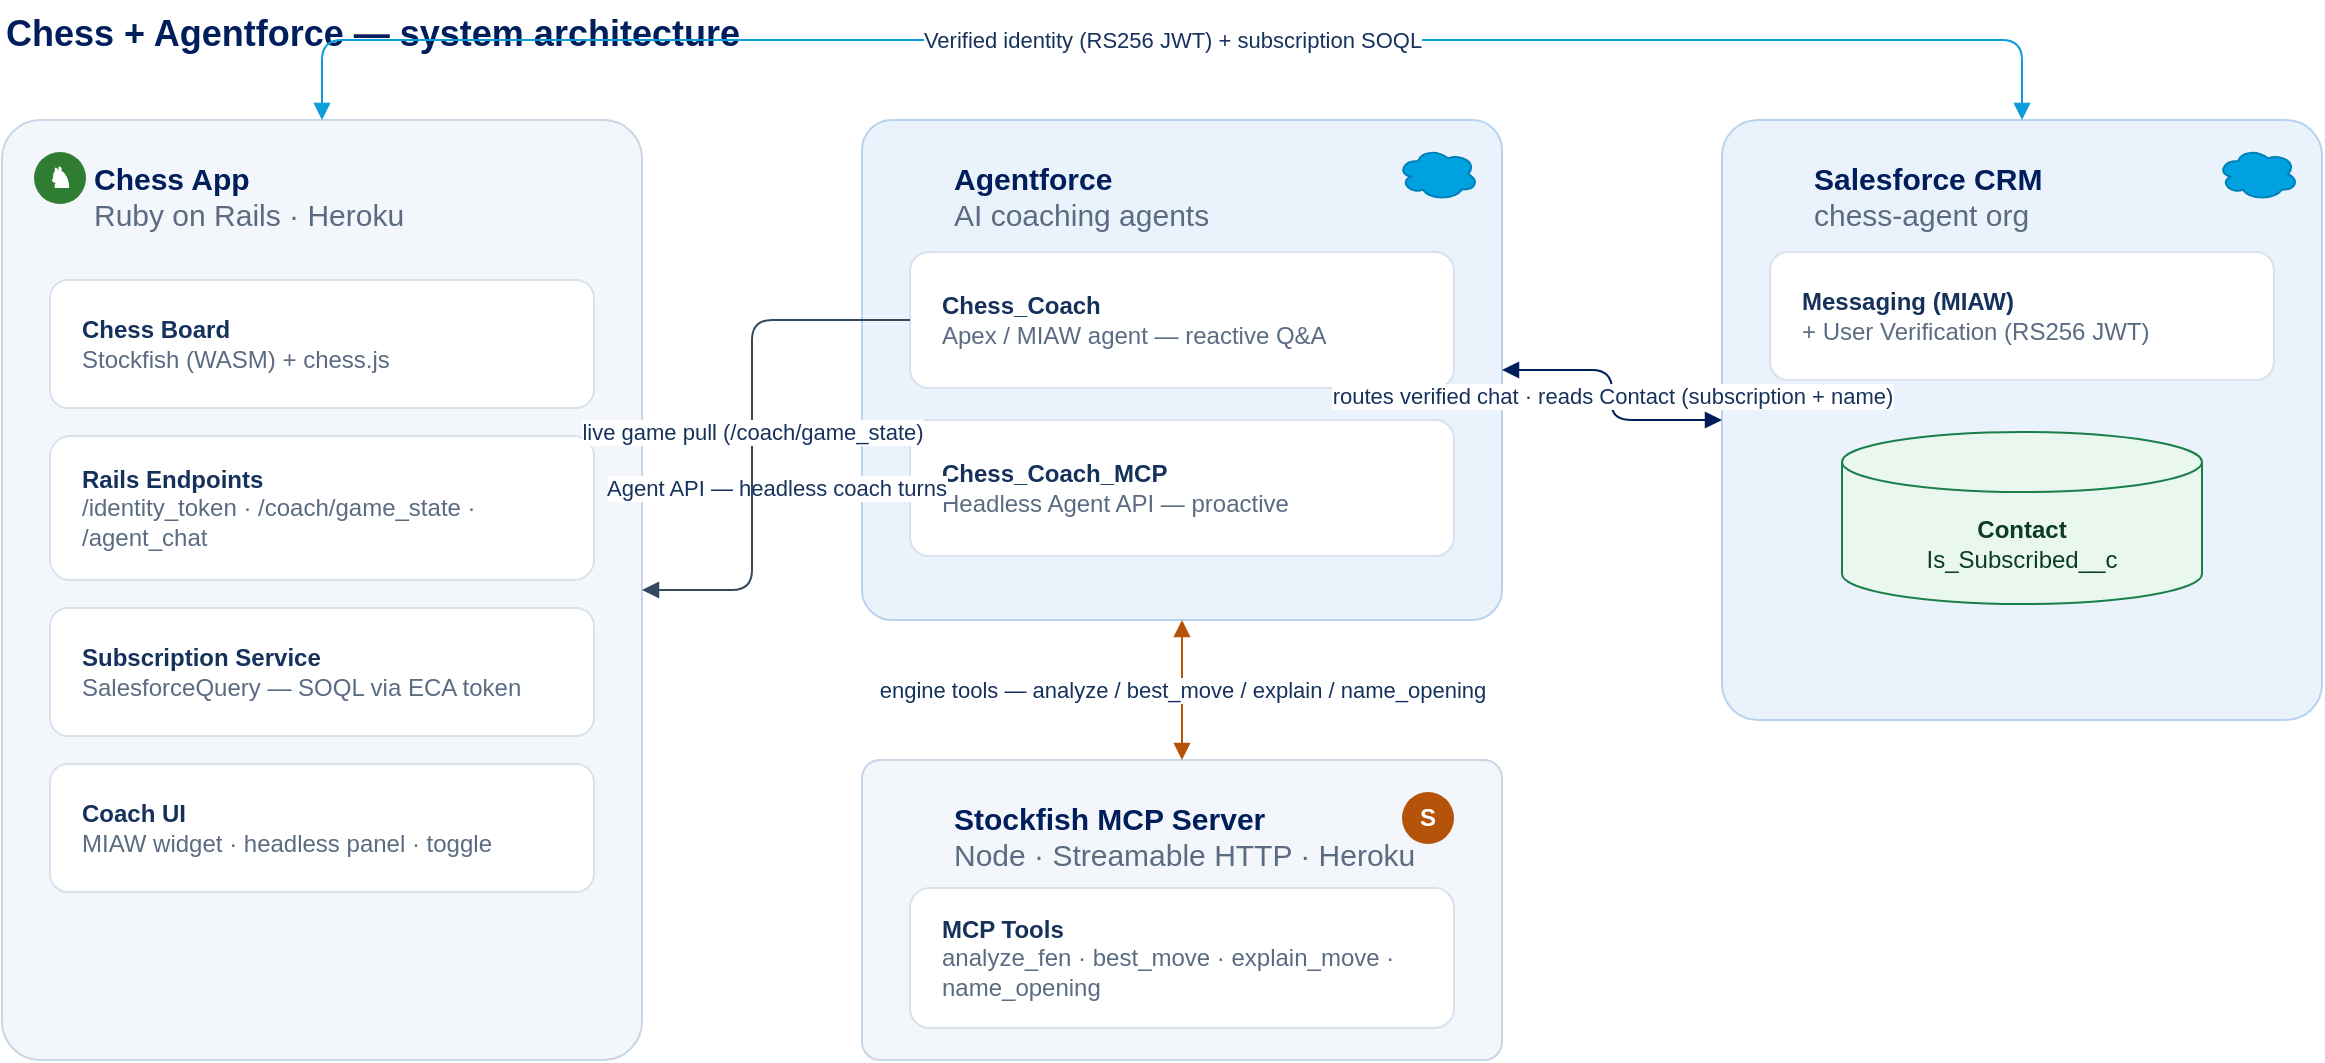
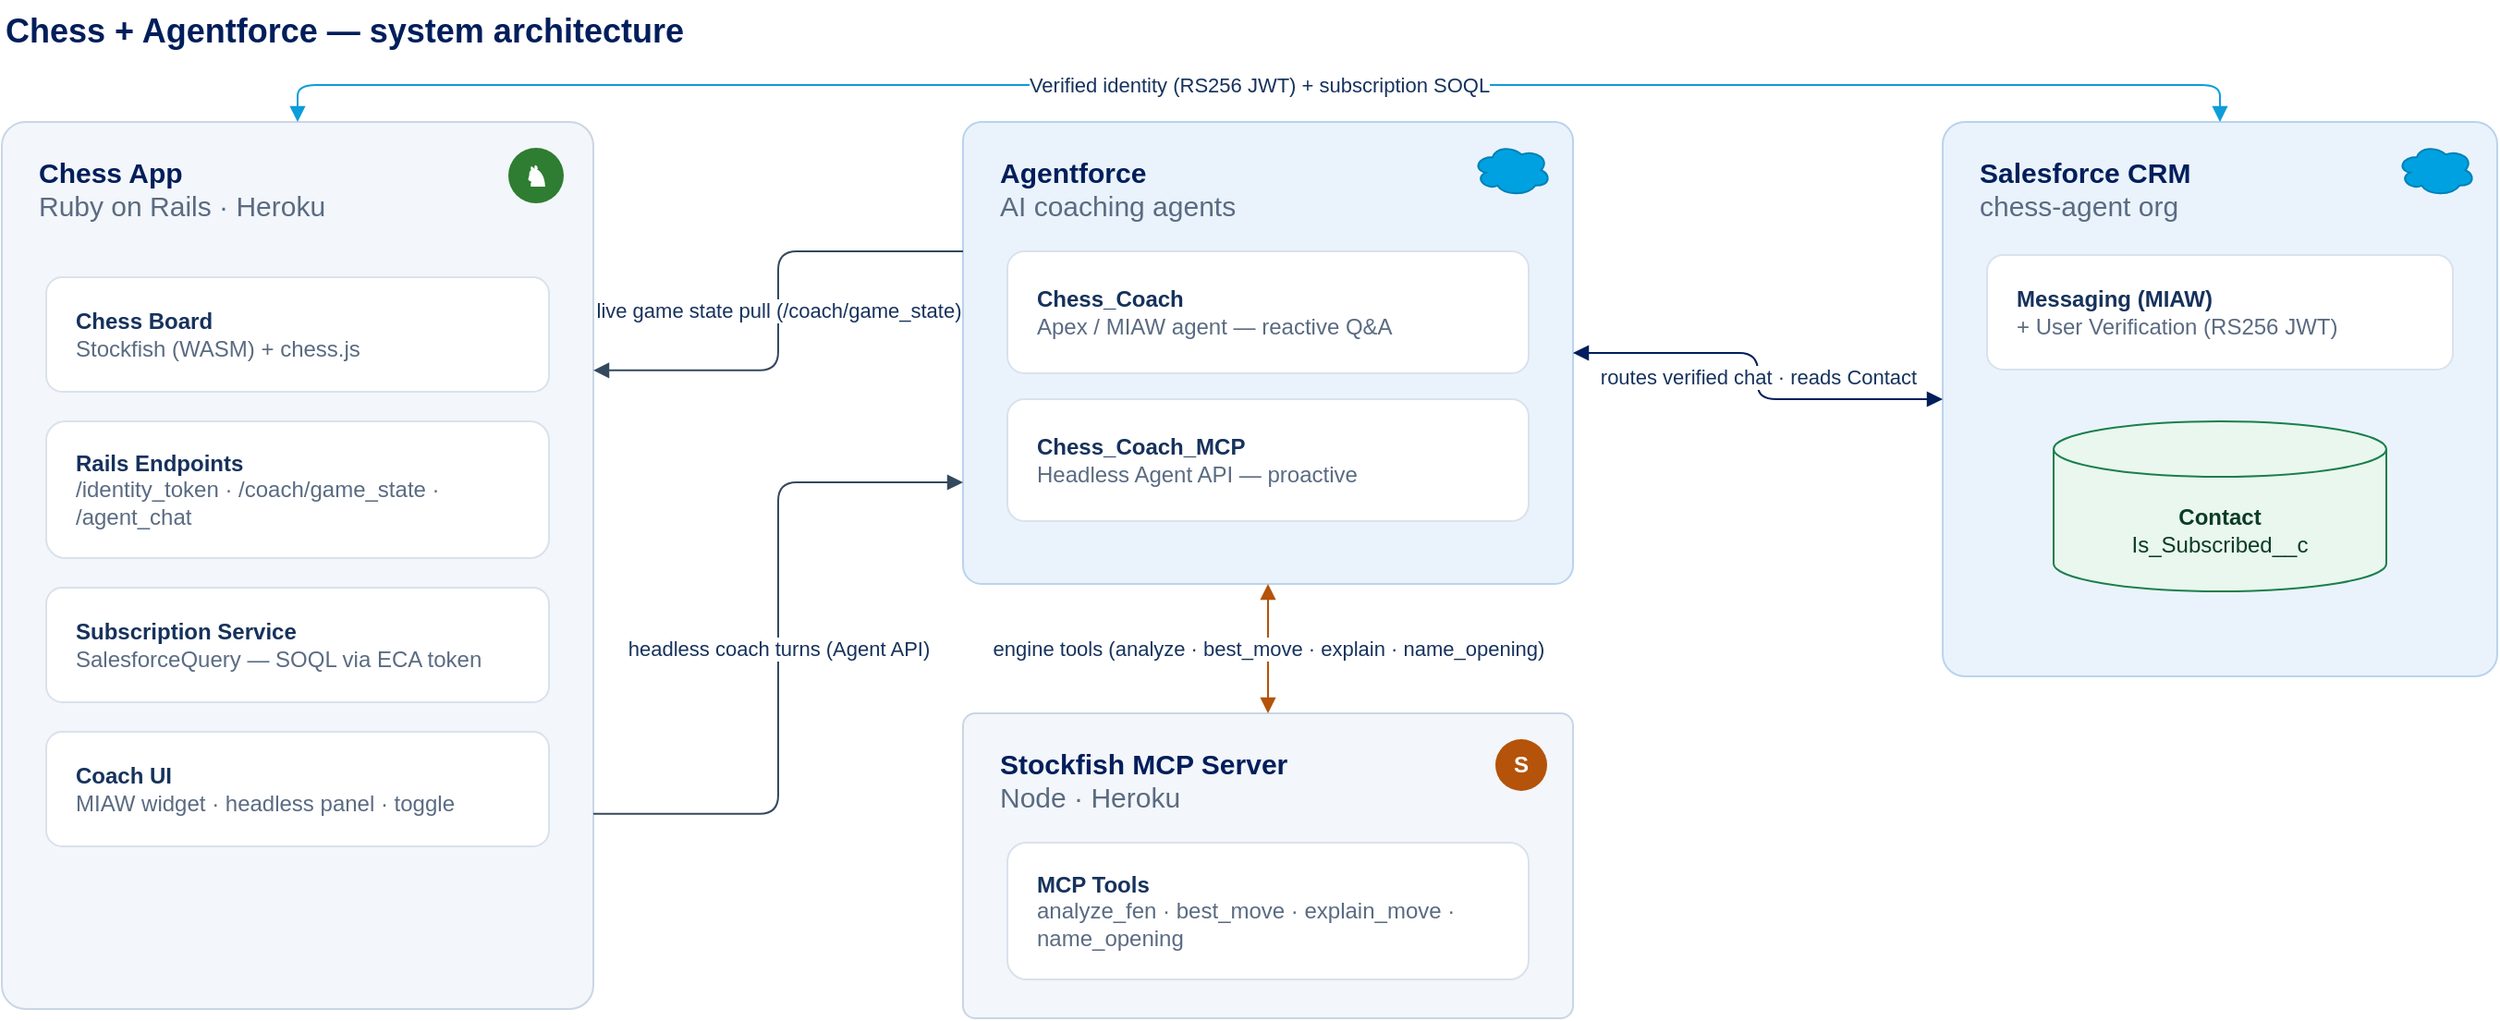
- <mxfile host="app.diagrams.net" agent="Mozilla/5.0" version="24.7.17" type="device"><diagram id="sysarch" name="System architecture"><mxGraphModel dx="1100" dy="700" grid="0" gridSize="10" guides="1" tooltips="1" connect="1" arrows="1" fold="1" page="1" pageScale="1" pageWidth="1260" pageHeight="640" math="0" shadow="0"><root><mxCell id="0"/><mxCell id="1" parent="0"/><mxCell id="title" value="Chess + Agentforce — system architecture" style="text;html=1;align=left;fontStyle=1;fontSize=18;fontColor=#001E5B;" vertex="1" parent="1"><mxGeometry x="40" y="50" width="600" height="30" as="geometry"/></mxCell><mxCell id="cChess" value="Chess App&lt;br&gt;&lt;font color=&#x27;#5A6B82&#x27; style=&#x27;font-weight:normal&#x27;&gt;Ruby on Rails · Heroku&lt;/font&gt;" style="rounded=1;arcSize=6;fillColor=#F3F6FA;strokeColor=#C9D6E5;fontColor=#001E5B;fontStyle=1;fontSize=15;verticalAlign=top;align=left;spacingLeft=44;spacingTop=14;whiteSpace=wrap;html=1;" vertex="1" parent="1"><mxGeometry x="40" y="110" width="320" height="470" as="geometry"/></mxCell><mxCell id="cAgent" value="Agentforce&lt;br&gt;&lt;font color=&#x27;#5A6B82&#x27; style=&#x27;font-weight:normal&#x27;&gt;AI coaching agents&lt;/font&gt;" style="rounded=1;arcSize=6;fillColor=#EAF3FB;strokeColor=#B9D3EE;fontColor=#001E5B;fontStyle=1;fontSize=15;verticalAlign=top;align=left;spacingLeft=44;spacingTop=14;whiteSpace=wrap;html=1;" vertex="1" parent="1"><mxGeometry x="470" y="110" width="320" height="250" as="geometry"/></mxCell><mxCell id="cCRM" value="Salesforce CRM&lt;br&gt;&lt;font color=&#x27;#5A6B82&#x27; style=&#x27;font-weight:normal&#x27;&gt;chess-agent org&lt;/font&gt;" style="rounded=1;arcSize=6;fillColor=#EAF3FB;strokeColor=#B9D3EE;fontColor=#001E5B;fontStyle=1;fontSize=15;verticalAlign=top;align=left;spacingLeft=44;spacingTop=14;whiteSpace=wrap;html=1;" vertex="1" parent="1"><mxGeometry x="900" y="110" width="300" height="300" as="geometry"/></mxCell><mxCell id="cMCP" value="Stockfish MCP Server&lt;br&gt;&lt;font color=&#x27;#5A6B82&#x27; style=&#x27;font-weight:normal&#x27;&gt;Node · Streamable HTTP · Heroku&lt;/font&gt;" style="rounded=1;arcSize=6;fillColor=#F3F6FA;strokeColor=#C9D6E5;fontColor=#001E5B;fontStyle=1;fontSize=15;verticalAlign=top;align=left;spacingLeft=44;spacingTop=14;whiteSpace=wrap;html=1;" vertex="1" parent="1"><mxGeometry x="470" y="430" width="320" height="150" as="geometry"/></mxCell><mxCell id="iChess" value="&amp;#9822;" style="ellipse;whiteSpace=wrap;html=1;fillColor=#2E7D32;strokeColor=none;fontColor=#FFFFFF;fontStyle=1;fontSize=14;" vertex="1" parent="1"><mxGeometry x="56" y="126" width="26" height="26" as="geometry"/></mxCell><mxCell id="iAgent" value="" style="shape=cloud;whiteSpace=wrap;html=1;fillColor=#00A1E0;strokeColor=#0081B6;fontColor=#FFFFFF;fontSize=9;fontStyle=1;" vertex="1" parent="1"><mxGeometry x="738" y="124" width="40" height="26" as="geometry"/></mxCell><mxCell id="iCRM" value="" style="shape=cloud;whiteSpace=wrap;html=1;fillColor=#00A1E0;strokeColor=#0081B6;fontColor=#FFFFFF;fontSize=9;fontStyle=1;" vertex="1" parent="1"><mxGeometry x="1148" y="124" width="40" height="26" as="geometry"/></mxCell><mxCell id="iMCP" value="S" style="ellipse;whiteSpace=wrap;html=1;fillColor=#B45309;strokeColor=none;fontColor=#FFFFFF;fontStyle=1;fontSize=12;" vertex="1" parent="1"><mxGeometry x="740" y="446" width="26" height="26" as="geometry"/></mxCell><mxCell id="kBoard" value="&lt;b&gt;Chess Board&lt;/b&gt;&lt;br&gt;&lt;font color=&quot;#5A6B82&quot;&gt;Stockfish (WASM) + chess.js&lt;/font&gt;" style="rounded=1;arcSize=14;fillColor=#FFFFFF;strokeColor=#D9E2EC;fontColor=#16325C;align=left;spacingLeft=14;verticalAlign=middle;whiteSpace=wrap;html=1;" vertex="1" parent="1"><mxGeometry x="64" y="190" width="272" height="64" as="geometry"/></mxCell><mxCell id="kEnd" value="&lt;b&gt;Rails Endpoints&lt;/b&gt;&lt;br&gt;&lt;font color=&quot;#5A6B82&quot;&gt;/identity_token · /coach/game_state · /agent_chat&lt;/font&gt;" style="rounded=1;arcSize=14;fillColor=#FFFFFF;strokeColor=#D9E2EC;fontColor=#16325C;align=left;spacingLeft=14;verticalAlign=middle;whiteSpace=wrap;html=1;" vertex="1" parent="1"><mxGeometry x="64" y="268" width="272" height="72" as="geometry"/></mxCell><mxCell id="kSub" value="&lt;b&gt;Subscription Service&lt;/b&gt;&lt;br&gt;&lt;font color=&quot;#5A6B82&quot;&gt;SalesforceQuery — SOQL via ECA token&lt;/font&gt;" style="rounded=1;arcSize=14;fillColor=#FFFFFF;strokeColor=#D9E2EC;fontColor=#16325C;align=left;spacingLeft=14;verticalAlign=middle;whiteSpace=wrap;html=1;" vertex="1" parent="1"><mxGeometry x="64" y="354" width="272" height="64" as="geometry"/></mxCell><mxCell id="kUI" value="&lt;b&gt;Coach UI&lt;/b&gt;&lt;br&gt;&lt;font color=&quot;#5A6B82&quot;&gt;MIAW widget · headless panel · toggle&lt;/font&gt;" style="rounded=1;arcSize=14;fillColor=#FFFFFF;strokeColor=#D9E2EC;fontColor=#16325C;align=left;spacingLeft=14;verticalAlign=middle;whiteSpace=wrap;html=1;" vertex="1" parent="1"><mxGeometry x="64" y="432" width="272" height="64" as="geometry"/></mxCell><mxCell id="kCoach" value="&lt;b&gt;Chess_Coach&lt;/b&gt;&lt;br&gt;&lt;font color=&quot;#5A6B82&quot;&gt;Apex / MIAW agent — reactive Q&amp;amp;A&lt;/font&gt;" style="rounded=1;arcSize=14;fillColor=#FFFFFF;strokeColor=#D9E2EC;fontColor=#16325C;align=left;spacingLeft=14;verticalAlign=middle;whiteSpace=wrap;html=1;" vertex="1" parent="1"><mxGeometry x="494" y="176" width="272" height="68" as="geometry"/></mxCell><mxCell id="kMcpA" value="&lt;b&gt;Chess_Coach_MCP&lt;/b&gt;&lt;br&gt;&lt;font color=&quot;#5A6B82&quot;&gt;Headless Agent API — proactive&lt;/font&gt;" style="rounded=1;arcSize=14;fillColor=#FFFFFF;strokeColor=#D9E2EC;fontColor=#16325C;align=left;spacingLeft=14;verticalAlign=middle;whiteSpace=wrap;html=1;" vertex="1" parent="1"><mxGeometry x="494" y="260" width="272" height="68" as="geometry"/></mxCell><mxCell id="kMiaw" value="&lt;b&gt;Messaging (MIAW)&lt;/b&gt;&lt;br&gt;&lt;font color=&quot;#5A6B82&quot;&gt;+ User Verification (RS256 JWT)&lt;/font&gt;" style="rounded=1;arcSize=14;fillColor=#FFFFFF;strokeColor=#D9E2EC;fontColor=#16325C;align=left;spacingLeft=14;verticalAlign=middle;whiteSpace=wrap;html=1;" vertex="1" parent="1"><mxGeometry x="924" y="176" width="252" height="64" as="geometry"/></mxCell><mxCell id="kContact" value="&lt;b&gt;Contact&lt;/b&gt;&lt;br&gt;Is_Subscribed__c" style="shape=cylinder3;whiteSpace=wrap;html=1;fillColor=#E9F7EF;strokeColor=#1B7F4B;fontColor=#0B3D24;boundedLbl=1;align=center;" vertex="1" parent="1"><mxGeometry x="960" y="266" width="180" height="86" as="geometry"/></mxCell><mxCell id="kTools" value="&lt;b&gt;MCP Tools&lt;/b&gt;&lt;br&gt;&lt;font color=&quot;#5A6B82&quot;&gt;analyze_fen · best_move · explain_move · name_opening&lt;/font&gt;" style="rounded=1;arcSize=14;fillColor=#FFFFFF;strokeColor=#D9E2EC;fontColor=#16325C;align=left;spacingLeft=14;verticalAlign=middle;whiteSpace=wrap;html=1;" vertex="1" parent="1"><mxGeometry x="494" y="494" width="272" height="70" as="geometry"/></mxCell><mxCell id="e1" value="Agent API — headless coach turns" style="edgeStyle=orthogonalEdgeStyle;rounded=1;html=1;endArrow=block;strokeColor=#34495E;fontColor=#16325C;fontSize=11;labelBackgroundColor=#FFFFFF;" edge="1" parent="1" source="cChess" target="kMcpA"><mxGeometry relative="1" as="geometry"><Array as="points"><mxPoint x="415" y="294"/></Array></mxGeometry></mxCell><mxCell id="e2" value="live game pull (/coach/game_state)" style="edgeStyle=orthogonalEdgeStyle;rounded=1;html=1;endArrow=block;strokeColor=#34495E;fontColor=#16325C;fontSize=11;labelBackgroundColor=#FFFFFF;" edge="1" parent="1" source="kCoach" target="cChess"><mxGeometry relative="1" as="geometry"><Array as="points"><mxPoint x="415" y="210"/></Array></mxGeometry></mxCell><mxCell id="e3" value="Verified identity (RS256 JWT) + subscription SOQL" style="edgeStyle=orthogonalEdgeStyle;rounded=1;html=1;startArrow=block;endArrow=block;strokeColor=#0D9DDA;fontColor=#16325C;fontSize=11;labelBackgroundColor=#FFFFFF;" edge="1" parent="1" source="cChess" target="cCRM"><mxGeometry relative="1" as="geometry"><Array as="points"><mxPoint x="200" y="70"/><mxPoint x="1050" y="70"/></Array></mxGeometry></mxCell><mxCell id="e4" value="routes verified chat · reads Contact (subscription + name)" style="edgeStyle=orthogonalEdgeStyle;rounded=1;html=1;startArrow=block;endArrow=block;strokeColor=#001E5B;fontColor=#16325C;fontSize=11;labelBackgroundColor=#FFFFFF;" edge="1" parent="1" source="cAgent" target="cCRM"><mxGeometry relative="1" as="geometry"></mxGeometry></mxCell><mxCell id="e5" value="engine tools — analyze / best_move / explain / name_opening" style="edgeStyle=orthogonalEdgeStyle;rounded=1;html=1;startArrow=block;endArrow=block;strokeColor=#B45309;fontColor=#16325C;fontSize=11;labelBackgroundColor=#FFFFFF;" edge="1" parent="1" source="cAgent" target="cMCP"><mxGeometry relative="1" as="geometry"></mxGeometry></mxCell></root></mxGraphModel></diagram></mxfile>
+ <mxfile host="app.diagrams.net" agent="Mozilla/5.0" version="24.7.17" type="device"><diagram id="sysarch" name="System architecture"><mxGraphModel dx="1100" dy="700" grid="0" guides="1" tooltips="1" connect="1" arrows="1" fold="1" page="1" pageScale="1" pageWidth="1460" pageHeight="660" math="0" shadow="0"><root><mxCell id="0"/><mxCell id="1" parent="0"/><mxCell id="title" value="Chess + Agentforce — system architecture" style="text;html=1;align=left;fontStyle=1;fontSize=18;fontColor=#001E5B;" vertex="1" parent="1"><mxGeometry x="40" y="44" width="640" height="30" as="geometry"/></mxCell><mxCell id="cChess" value="Chess App&lt;br&gt;&lt;font color=&#x27;#5A6B82&#x27; style=&#x27;font-weight:normal&#x27;&gt;Ruby on Rails · Heroku&lt;/font&gt;" style="rounded=1;arcSize=4;fillColor=#F3F6FA;strokeColor=#C9D6E5;fontColor=#001E5B;fontStyle=1;fontSize=15;verticalAlign=top;align=left;spacingLeft=18;spacingTop=12;whiteSpace=wrap;html=1;" vertex="1" parent="1"><mxGeometry x="40" y="110" width="320" height="480" as="geometry"/></mxCell><mxCell id="cAgent" value="Agentforce&lt;br&gt;&lt;font color=&#x27;#5A6B82&#x27; style=&#x27;font-weight:normal&#x27;&gt;AI coaching agents&lt;/font&gt;" style="rounded=1;arcSize=4;fillColor=#EAF3FB;strokeColor=#B9D3EE;fontColor=#001E5B;fontStyle=1;fontSize=15;verticalAlign=top;align=left;spacingLeft=18;spacingTop=12;whiteSpace=wrap;html=1;" vertex="1" parent="1"><mxGeometry x="560" y="110" width="330" height="250" as="geometry"/></mxCell><mxCell id="cCRM" value="Salesforce CRM&lt;br&gt;&lt;font color=&#x27;#5A6B82&#x27; style=&#x27;font-weight:normal&#x27;&gt;chess-agent org&lt;/font&gt;" style="rounded=1;arcSize=4;fillColor=#EAF3FB;strokeColor=#B9D3EE;fontColor=#001E5B;fontStyle=1;fontSize=15;verticalAlign=top;align=left;spacingLeft=18;spacingTop=12;whiteSpace=wrap;html=1;" vertex="1" parent="1"><mxGeometry x="1090" y="110" width="300" height="300" as="geometry"/></mxCell><mxCell id="cMCP" value="Stockfish MCP Server&lt;br&gt;&lt;font color=&#x27;#5A6B82&#x27; style=&#x27;font-weight:normal&#x27;&gt;Node · Heroku&lt;/font&gt;" style="rounded=1;arcSize=4;fillColor=#F3F6FA;strokeColor=#C9D6E5;fontColor=#001E5B;fontStyle=1;fontSize=15;verticalAlign=top;align=left;spacingLeft=18;spacingTop=12;whiteSpace=wrap;html=1;" vertex="1" parent="1"><mxGeometry x="560" y="430" width="330" height="165" as="geometry"/></mxCell><mxCell id="iChess" value="&amp;#9822;" style="ellipse;whiteSpace=wrap;html=1;fillColor=#2E7D32;strokeColor=none;fontColor=#FFFFFF;fontStyle=1;fontSize=15;" vertex="1" parent="1"><mxGeometry x="314" y="124" width="30" height="30" as="geometry"/></mxCell><mxCell id="iAgent" value="" style="shape=cloud;whiteSpace=wrap;html=1;fillColor=#00A1E0;strokeColor=#0081B6;fontColor=#FFFFFF;" vertex="1" parent="1"><mxGeometry x="836" y="122" width="42" height="28" as="geometry"/></mxCell><mxCell id="iCRM" value="" style="shape=cloud;whiteSpace=wrap;html=1;fillColor=#00A1E0;strokeColor=#0081B6;fontColor=#FFFFFF;" vertex="1" parent="1"><mxGeometry x="1336" y="122" width="42" height="28" as="geometry"/></mxCell><mxCell id="iMCP" value="S" style="ellipse;whiteSpace=wrap;html=1;fillColor=#B45309;strokeColor=none;fontColor=#FFFFFF;fontStyle=1;fontSize=12;" vertex="1" parent="1"><mxGeometry x="848" y="444" width="28" height="28" as="geometry"/></mxCell><mxCell id="kBoard" value="&lt;b&gt;Chess Board&lt;/b&gt;&lt;br&gt;&lt;font color=&#x27;#5A6B82&#x27;&gt;Stockfish (WASM) + chess.js&lt;/font&gt;" style="rounded=1;arcSize=14;fillColor=#FFFFFF;strokeColor=#D9E2EC;fontColor=#16325C;align=left;spacingLeft=14;verticalAlign=middle;whiteSpace=wrap;html=1;" vertex="1" parent="1"><mxGeometry x="64" y="194" width="272" height="62" as="geometry"/></mxCell><mxCell id="kEnd" value="&lt;b&gt;Rails Endpoints&lt;/b&gt;&lt;br&gt;&lt;font color=&#x27;#5A6B82&#x27;&gt;/identity_token · /coach/game_state · /agent_chat&lt;/font&gt;" style="rounded=1;arcSize=14;fillColor=#FFFFFF;strokeColor=#D9E2EC;fontColor=#16325C;align=left;spacingLeft=14;verticalAlign=middle;whiteSpace=wrap;html=1;" vertex="1" parent="1"><mxGeometry x="64" y="272" width="272" height="74" as="geometry"/></mxCell><mxCell id="kSub" value="&lt;b&gt;Subscription Service&lt;/b&gt;&lt;br&gt;&lt;font color=&#x27;#5A6B82&#x27;&gt;SalesforceQuery — SOQL via ECA token&lt;/font&gt;" style="rounded=1;arcSize=14;fillColor=#FFFFFF;strokeColor=#D9E2EC;fontColor=#16325C;align=left;spacingLeft=14;verticalAlign=middle;whiteSpace=wrap;html=1;" vertex="1" parent="1"><mxGeometry x="64" y="362" width="272" height="62" as="geometry"/></mxCell><mxCell id="kUI" value="&lt;b&gt;Coach UI&lt;/b&gt;&lt;br&gt;&lt;font color=&#x27;#5A6B82&#x27;&gt;MIAW widget · headless panel · toggle&lt;/font&gt;" style="rounded=1;arcSize=14;fillColor=#FFFFFF;strokeColor=#D9E2EC;fontColor=#16325C;align=left;spacingLeft=14;verticalAlign=middle;whiteSpace=wrap;html=1;" vertex="1" parent="1"><mxGeometry x="64" y="440" width="272" height="62" as="geometry"/></mxCell><mxCell id="kCoach" value="&lt;b&gt;Chess_Coach&lt;/b&gt;&lt;br&gt;&lt;font color=&#x27;#5A6B82&#x27;&gt;Apex / MIAW agent — reactive Q&amp;amp;A&lt;/font&gt;" style="rounded=1;arcSize=14;fillColor=#FFFFFF;strokeColor=#D9E2EC;fontColor=#16325C;align=left;spacingLeft=14;verticalAlign=middle;whiteSpace=wrap;html=1;" vertex="1" parent="1"><mxGeometry x="584" y="180" width="282" height="66" as="geometry"/></mxCell><mxCell id="kMcpA" value="&lt;b&gt;Chess_Coach_MCP&lt;/b&gt;&lt;br&gt;&lt;font color=&#x27;#5A6B82&#x27;&gt;Headless Agent API — proactive&lt;/font&gt;" style="rounded=1;arcSize=14;fillColor=#FFFFFF;strokeColor=#D9E2EC;fontColor=#16325C;align=left;spacingLeft=14;verticalAlign=middle;whiteSpace=wrap;html=1;" vertex="1" parent="1"><mxGeometry x="584" y="260" width="282" height="66" as="geometry"/></mxCell><mxCell id="kMiaw" value="&lt;b&gt;Messaging (MIAW)&lt;/b&gt;&lt;br&gt;&lt;font color=&#x27;#5A6B82&#x27;&gt;+ User Verification (RS256 JWT)&lt;/font&gt;" style="rounded=1;arcSize=14;fillColor=#FFFFFF;strokeColor=#D9E2EC;fontColor=#16325C;align=left;spacingLeft=14;verticalAlign=middle;whiteSpace=wrap;html=1;" vertex="1" parent="1"><mxGeometry x="1114" y="182" width="252" height="62" as="geometry"/></mxCell><mxCell id="kContact" value="&lt;b&gt;Contact&lt;/b&gt;&lt;br&gt;Is_Subscribed__c" style="shape=cylinder3;whiteSpace=wrap;html=1;fillColor=#E9F7EF;strokeColor=#1B7F4B;fontColor=#0B3D24;boundedLbl=1;align=center;" vertex="1" parent="1"><mxGeometry x="1150" y="272" width="180" height="92" as="geometry"/></mxCell><mxCell id="kTools" value="&lt;b&gt;MCP Tools&lt;/b&gt;&lt;br&gt;&lt;font color=&#x27;#5A6B82&#x27;&gt;analyze_fen · best_move · explain_move · name_opening&lt;/font&gt;" style="rounded=1;arcSize=14;fillColor=#FFFFFF;strokeColor=#D9E2EC;fontColor=#16325C;align=left;spacingLeft=14;verticalAlign=middle;whiteSpace=wrap;html=1;" vertex="1" parent="1"><mxGeometry x="584" y="500" width="282" height="74" as="geometry"/></mxCell><mxCell id="e_top" value="Verified identity (RS256 JWT) + subscription SOQL" style="edgeStyle=orthogonalEdgeStyle;rounded=1;html=1;endArrow=block;startArrow=block;strokeColor=#0D9DDA;fontColor=#16325C;fontSize=11;labelBackgroundColor=#FFFFFF;exitX=0.5;exitY=0;entryX=0.5;entryY=0;jettySize=auto;" edge="1" parent="1" source="cChess" target="cCRM"><mxGeometry relative="1" as="geometry"/></mxCell><mxCell id="e2" value="live game state pull (/coach/game_state)" style="edgeStyle=orthogonalEdgeStyle;rounded=1;html=1;endArrow=block;strokeColor=#34495E;fontColor=#16325C;fontSize=11;labelBackgroundColor=#FFFFFF;exitX=0;exitY=0.28;entryX=1;entryY=0.28;jettySize=auto;" edge="1" parent="1" source="cAgent" target="cChess"><mxGeometry relative="1" as="geometry"/></mxCell><mxCell id="e1" value="headless coach turns (Agent API)" style="edgeStyle=orthogonalEdgeStyle;rounded=1;html=1;endArrow=block;strokeColor=#34495E;fontColor=#16325C;fontSize=11;labelBackgroundColor=#FFFFFF;exitX=1;exitY=0.78;entryX=0;entryY=0.78;jettySize=auto;" edge="1" parent="1" source="cChess" target="cAgent"><mxGeometry relative="1" as="geometry"/></mxCell><mxCell id="e4" value="routes verified chat · reads Contact" style="edgeStyle=orthogonalEdgeStyle;rounded=1;html=1;endArrow=block;startArrow=block;strokeColor=#001E5B;fontColor=#16325C;fontSize=11;labelBackgroundColor=#FFFFFF;exitX=1;exitY=0.5;entryX=0;entryY=0.5;jettySize=auto;" edge="1" parent="1" source="cAgent" target="cCRM"><mxGeometry relative="1" as="geometry"/></mxCell><mxCell id="e5" value="engine tools (analyze · best_move · explain · name_opening)" style="edgeStyle=orthogonalEdgeStyle;rounded=1;html=1;endArrow=block;startArrow=block;strokeColor=#B45309;fontColor=#16325C;fontSize=11;labelBackgroundColor=#FFFFFF;exitX=0.5;exitY=1;entryX=0.5;entryY=0;jettySize=auto;" edge="1" parent="1" source="cAgent" target="cMCP"><mxGeometry relative="1" as="geometry"/></mxCell></root></mxGraphModel></diagram></mxfile>
